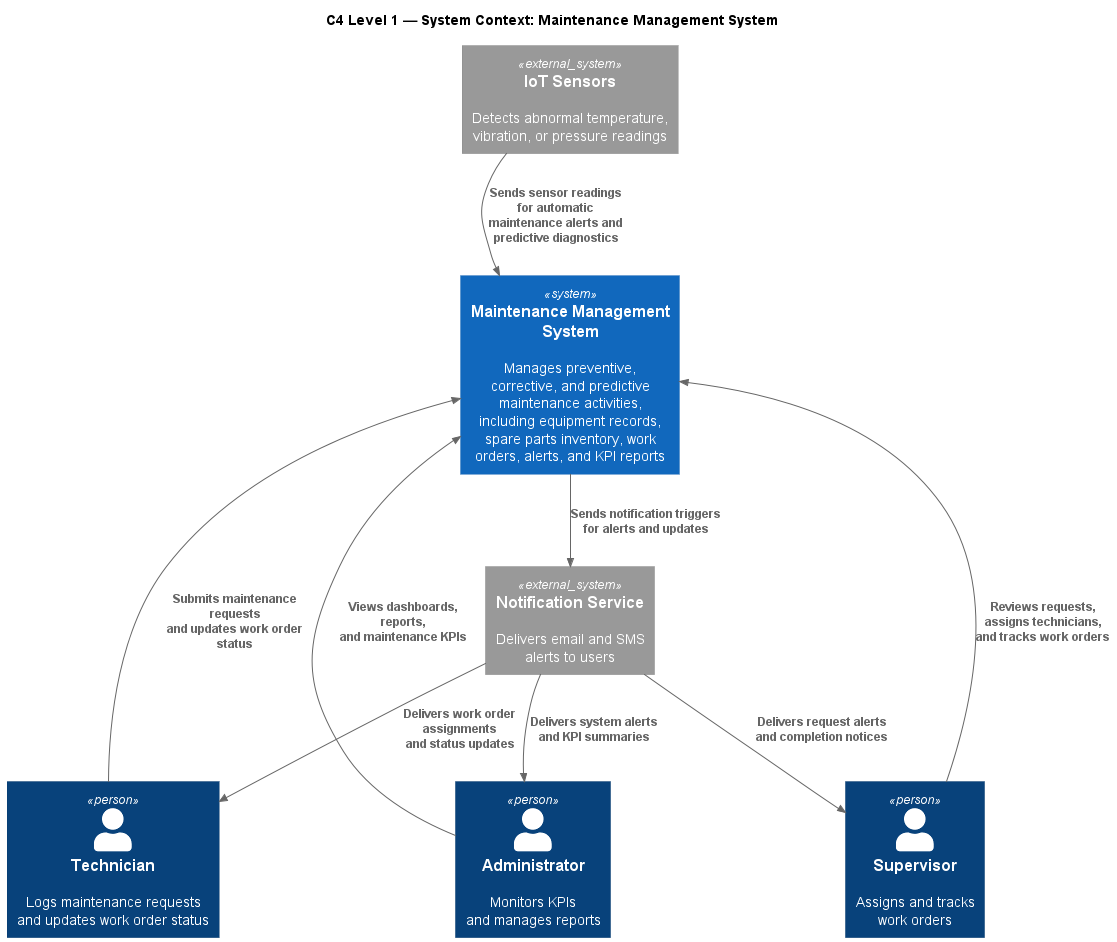
Before: out/UML/c4_L1_context/c4_L1_context.png, a diagram exported from PlantUML (xalameen8633-dotcom/Software-engineering-project).
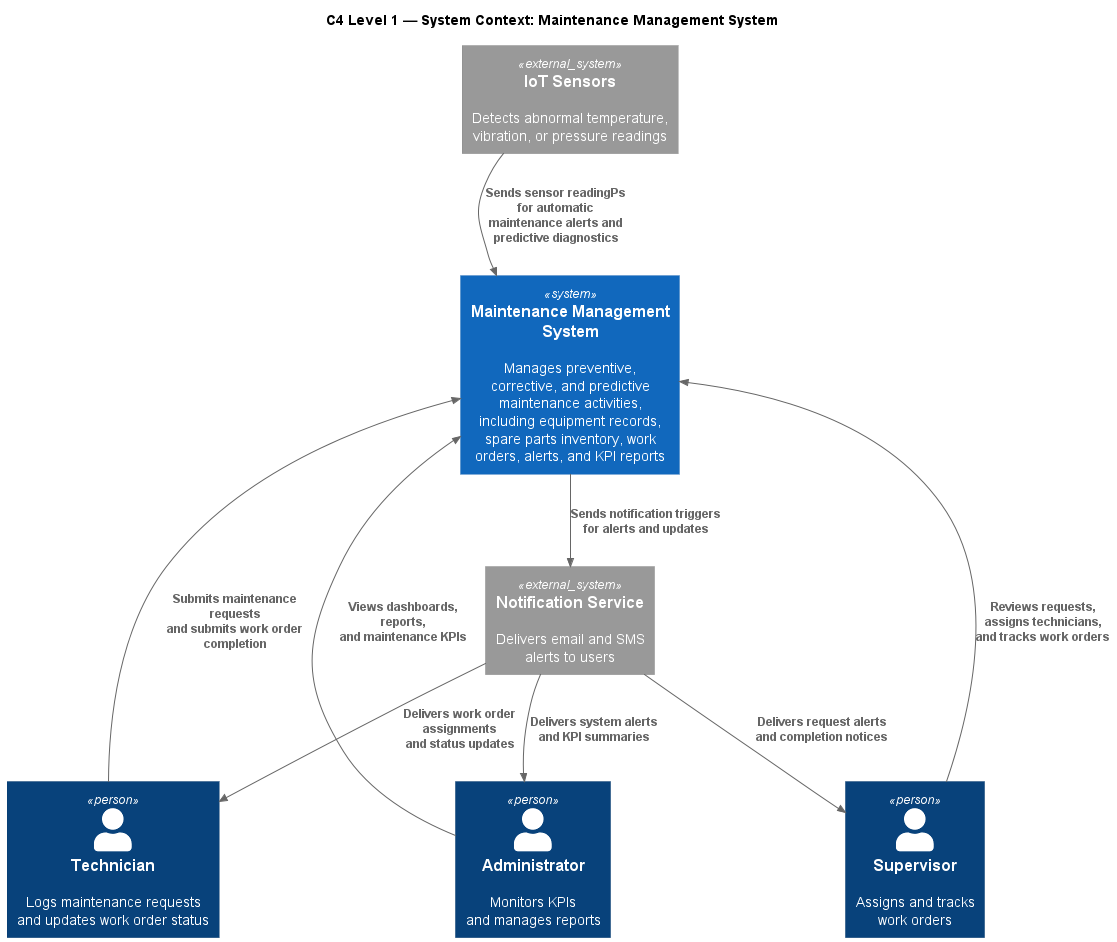
Later version of the same file.

Commit message:
Update context diagram

The edit, as a diff of the source:
```diff
@@ -1,8 +1,5 @@
 @startuml c4_L1_context
 !include https://raw.githubusercontent.com/plantuml-stdlib/C4-PlantUML/master/C4_Context.puml
-
-
-
 
 title C4 Level 1 — System Context: Maintenance Management System
 
@@ -15,10 +12,10 @@
 System_Ext(iot, "IoT Sensors", "Detects abnormal temperature,\nvibration, or pressure readings")
 System_Ext(notif, "Notification Service", "Delivers email and SMS\nalerts to users")
 
-Rel(technician, mms, "Submits maintenance requests\nand updates work order status")
+Rel(technician, mms, "Submits maintenance requests\nand submits work order completion")
 Rel(supervisor, mms, "Reviews requests, assigns technicians,\nand tracks work orders")
 Rel(admin, mms, "Views dashboards, reports,\nand maintenance KPIs")
-Rel(iot, mms, "Sends sensor readings for automatic\nmaintenance alerts and predictive diagnostics")
+Rel(iot, mms, "Sends sensor readingPs for automatic\nmaintenance alerts and predictive diagnostics")
 Rel(mms, notif, "Sends notification triggers\nfor alerts and updates")
 Rel(notif, technician, "Delivers work order assignments\nand status updates")
 Rel(notif, supervisor, "Delivers request alerts\nand completion notices")
```
